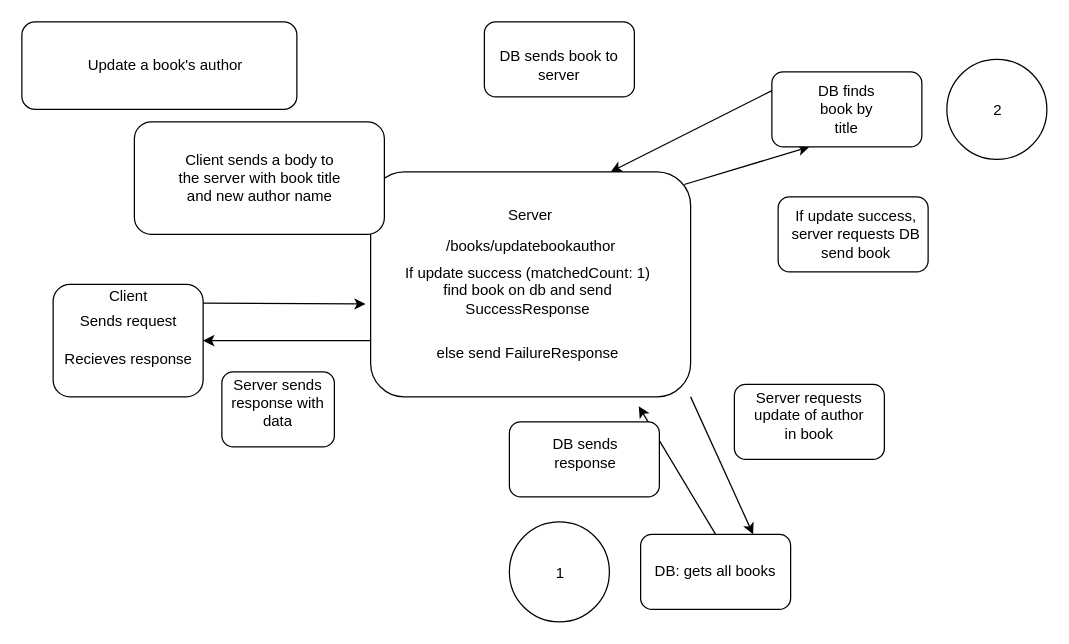
mz106/week-7-repo-beta keeps this draw.io diagram as page "update" (4 of 4) of crudbookdesign/diagrams.drawio. Above is the earlier version. Source tidied: cells renumbered, new cells numbered last; positions are measured from the earlier drawing's top-left corner, leaving out a move shared by most shapes. Both pictures are drawn from the tidied source at 125%, with x=0, y=0 at pixel (21, 21).
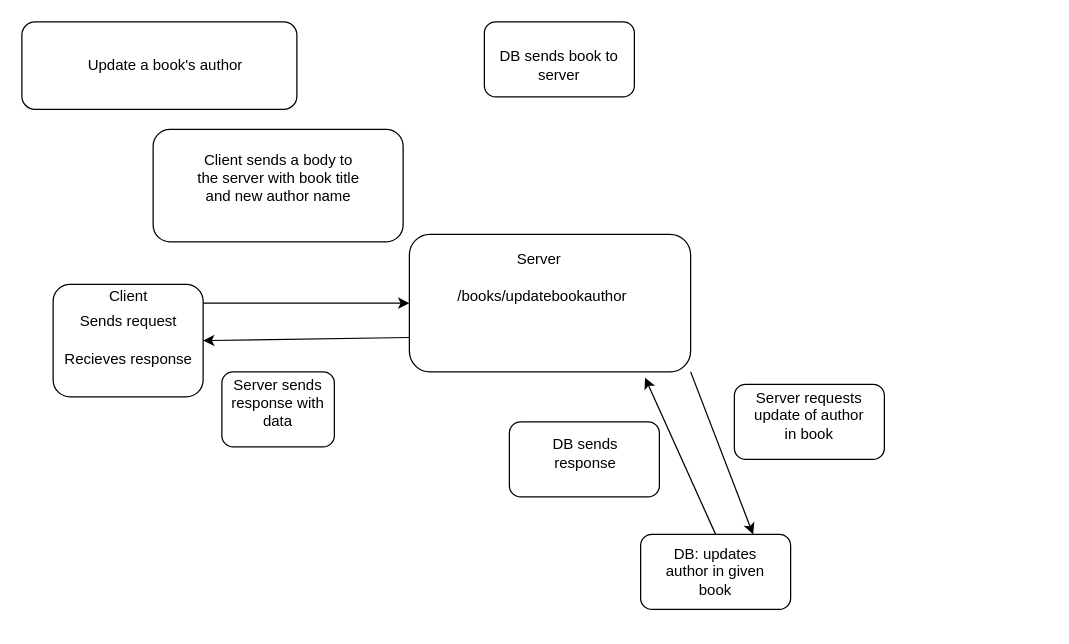
After the change.

The edit, as a diff of the source:
```diff
@@
-    <mxCell id="4" style="edgeStyle=none;html=1;exitX=1;exitY=0.25;exitDx=0;exitDy=0;" parent="1" edge="1">
+    <mxCell id="4" style="edgeStyle=none;html=1;exitX=1;exitY=0.25;exitDx=0;exitDy=0;entryX=0;entryY=0.5;entryDx=0;entryDy=0;" parent="1" edge="1" target="10">
       <mxGeometry relative="1" as="geometry">
         <mxPoint x="145" y="225" as="sourcePoint" />
-        <mxPoint x="275" y="225.7" as="targetPoint" />
       </mxGeometry>
     </mxCell>
@@
-    <mxCell id="9" style="edgeStyle=none;html=1;exitX=0.98;exitY=0.056;exitDx=0;exitDy=0;entryX=0.25;entryY=1;entryDx=0;entryDy=0;exitPerimeter=0;" parent="1" edge="1" source="10" target="27">
-      <mxGeometry relative="1" as="geometry" />
-    </mxCell>
     <mxCell id="10" style="rounded=1;whiteSpace=wrap;html=1;" parent="1" vertex="1">
-      <mxGeometry x="279" y="120" width="256" height="180" as="geometry" />
+      <mxGeometry x="310" y="170" width="225" height="110" as="geometry" />
     </mxCell>
     <mxCell id="11" value="/books/updatebookauthor" style="text;html=1;strokeColor=none;fillColor=none;align=center;verticalAlign=middle;whiteSpace=wrap;rounded=0;" parent="1" vertex="1">
-      <mxGeometry x="338.5" y="164.5" width="137" height="30" as="geometry" />
+      <mxGeometry x="348" y="205" width="137" height="30" as="geometry" />
     </mxCell>
@@
-    <mxCell id="14" value="DB: gets all books" style="text;html=1;strokeColor=none;fillColor=none;align=center;verticalAlign=middle;whiteSpace=wrap;rounded=0;" parent="1" vertex="1">
+    <mxCell id="14" value="DB: updates author in given book" style="text;html=1;strokeColor=none;fillColor=none;align=center;verticalAlign=middle;whiteSpace=wrap;rounded=0;" parent="1" vertex="1">
       <mxGeometry x="505" y="425" width="100" height="30" as="geometry" />
     </mxCell>
@@
     <mxCell id="16" value="Server" style="text;html=1;strokeColor=none;fillColor=none;align=center;verticalAlign=middle;whiteSpace=wrap;rounded=0;" parent="1" vertex="1">
-      <mxGeometry x="377" y="140" width="60" height="30" as="geometry" />
+      <mxGeometry x="384" y="175" width="60" height="30" as="geometry" />
     </mxCell>
     <mxCell id="17" style="rounded=1;whiteSpace=wrap;html=1;" parent="1" vertex="1">
-      <mxGeometry x="90" y="80" width="200" height="90" as="geometry" />
+      <mxGeometry x="105" y="86" width="200" height="90" as="geometry" />
     </mxCell>
     <mxCell id="18" value="Client sends a body to the server with book title and new author name" style="text;html=1;strokeColor=none;fillColor=none;align=center;verticalAlign=middle;whiteSpace=wrap;rounded=0;" parent="1" vertex="1">
-      <mxGeometry x="122.5" y="110" width="135" height="30" as="geometry" />
+      <mxGeometry x="137.5" y="110" width="135" height="30" as="geometry" />
     </mxCell>
@@
-    <mxCell id="26" style="edgeStyle=none;html=1;exitX=0;exitY=0.25;exitDx=0;exitDy=0;entryX=0.75;entryY=0;entryDx=0;entryDy=0;" parent="1" edge="1" source="27" target="10">
-      <mxGeometry relative="1" as="geometry" />
-    </mxCell>
-    <mxCell id="27" style="rounded=1;whiteSpace=wrap;html=1;" parent="1" vertex="1">
-      <mxGeometry x="600" y="40" width="120" height="60" as="geometry" />
-    </mxCell>
-    <mxCell id="28" value="DB finds book by title" style="text;html=1;strokeColor=none;fillColor=none;align=center;verticalAlign=middle;whiteSpace=wrap;rounded=0;" parent="1" vertex="1">
-      <mxGeometry x="630" y="55" width="60" height="30" as="geometry" />
-    </mxCell>
-    <mxCell id="29" style="ellipse;whiteSpace=wrap;html=1;" parent="1" vertex="1">
-      <mxGeometry x="390" y="400" width="80" height="80" as="geometry" />
-    </mxCell>
-    <mxCell id="30" value="1" style="text;html=1;strokeColor=none;fillColor=none;align=center;verticalAlign=middle;whiteSpace=wrap;rounded=0;" parent="1" vertex="1">
-      <mxGeometry x="401" y="426" width="60" height="30" as="geometry" />
-    </mxCell>
-    <mxCell id="31" style="ellipse;whiteSpace=wrap;html=1;" parent="1" vertex="1">
-      <mxGeometry x="740" y="30" width="80" height="80" as="geometry" />
-    </mxCell>
-    <mxCell id="32" value="2" style="text;html=1;strokeColor=none;fillColor=none;align=center;verticalAlign=middle;whiteSpace=wrap;rounded=0;" parent="1" vertex="1">
-      <mxGeometry x="751" y="56" width="60" height="30" as="geometry" />
-    </mxCell>
-    <mxCell id="33" style="rounded=1;whiteSpace=wrap;html=1;" parent="1" vertex="1">
-      <mxGeometry x="605" y="140" width="120" height="60" as="geometry" />
-    </mxCell>
-    <mxCell id="34" value="If update success, server requests DB send book" style="text;html=1;strokeColor=none;fillColor=none;align=center;verticalAlign=middle;whiteSpace=wrap;rounded=0;" parent="1" vertex="1">
-      <mxGeometry x="615" y="145.5" width="105" height="49" as="geometry" />
-    </mxCell>
@@
-    <mxCell id="37" value="If update success (matchedCount: 1)&lt;br&gt;find book on db and send SuccessResponse" style="text;html=1;strokeColor=none;fillColor=none;align=center;verticalAlign=middle;whiteSpace=wrap;rounded=0;" parent="1" vertex="1">
-      <mxGeometry x="290" y="200" width="230" height="30" as="geometry" />
-    </mxCell>
-    <mxCell id="38" value="else send FailureResponse" style="text;html=1;strokeColor=none;fillColor=none;align=center;verticalAlign=middle;whiteSpace=wrap;rounded=0;" parent="1" vertex="1">
-      <mxGeometry x="300" y="250" width="210" height="30" as="geometry" />
-    </mxCell>
```
